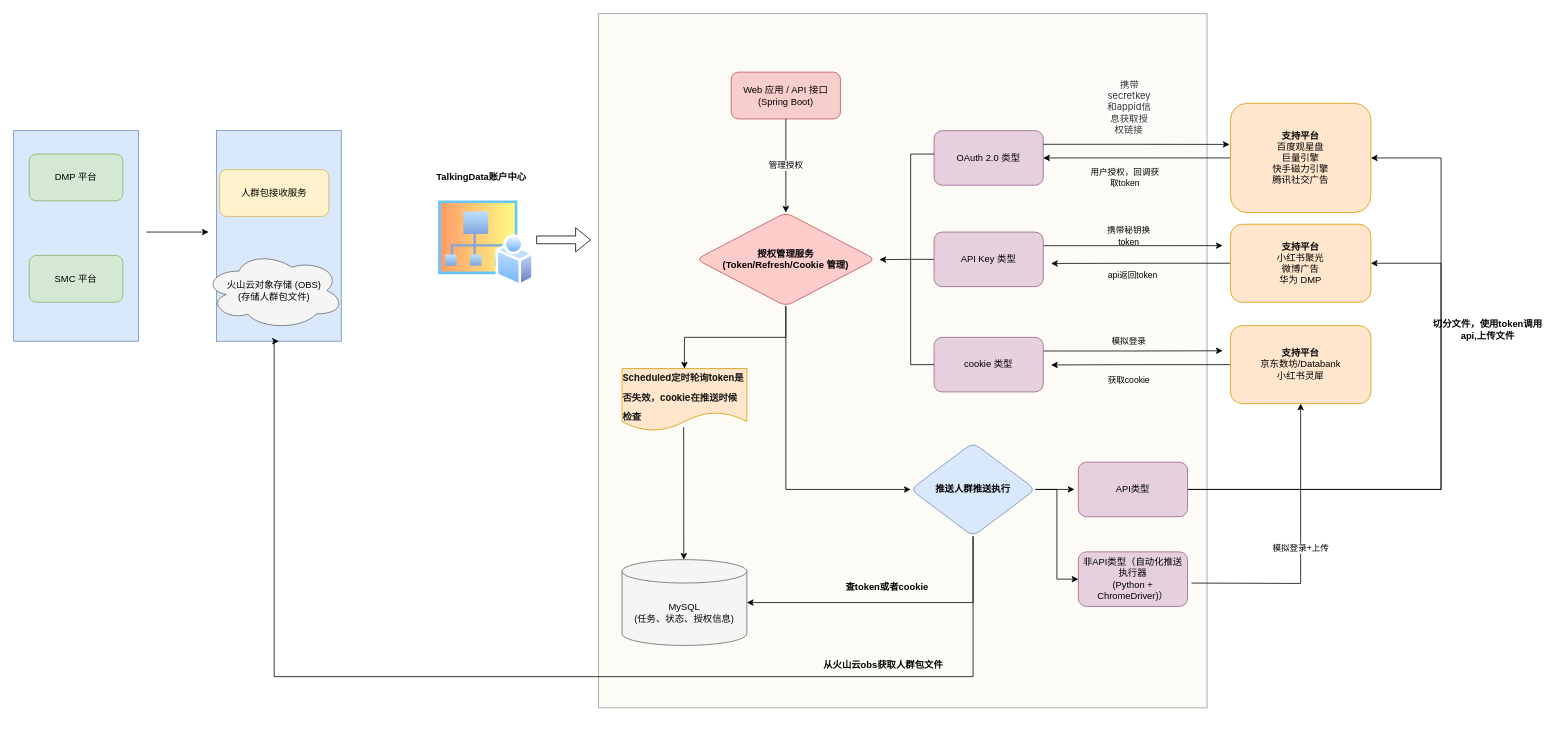
This is 推包工具.drawio from DThadch/draw, a draw.io file, before an edit. Source tidied: cells renumbered, new cells numbered last; positions are measured from the earlier drawing's top-left corner, leaving out a move shared by most shapes. Both pictures are drawn from the tidied source at 78%, with x=0, y=0 at pixel (13, 13).
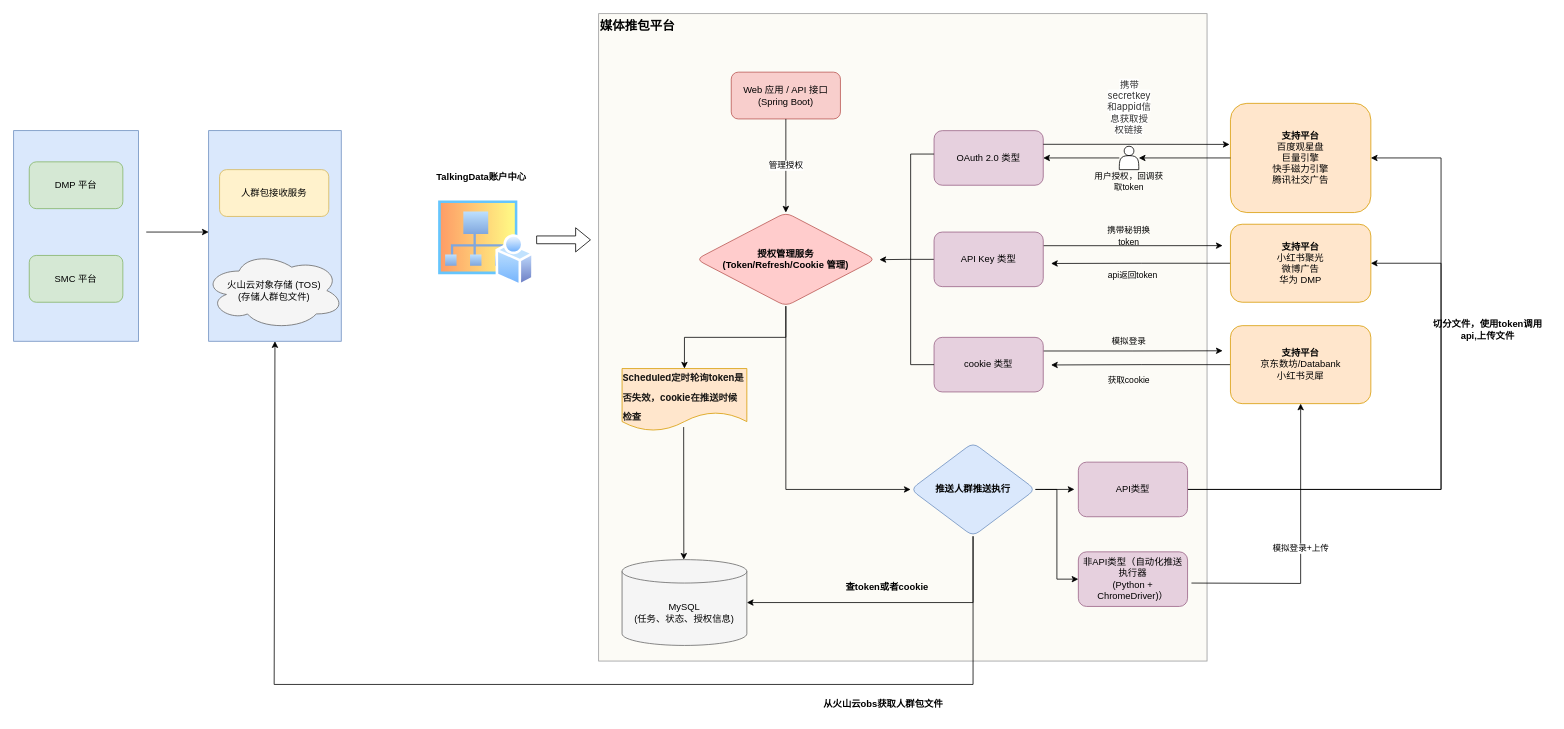
The same page after the edit.

Commit message:
更新推包工具.drawio

Unchanged cells that the change refers to:
```xml
<mxCell id="17" value="推送人群推送执行" style="rhombus;whiteSpace=wrap;html=1;rounded=1;fillColor=#dae8fc;strokeColor=#6c8ebf;fontStyle=1;" parent="1" vertex="1">
  <mxGeometry x="1150" y="550" width="160" height="120" as="geometry" />
</mxCell>
<mxCell id="18" value="OAuth 2.0 类型" style="rounded=1;whiteSpace=wrap;html=1;fillColor=#e6d0de;strokeColor=#996185;" parent="1" vertex="1">
  <mxGeometry x="1180" y="150" width="140" height="70" as="geometry" />
</mxCell>
<mxCell id="20" value="&lt;b&gt;支持平台&lt;/b&gt;&lt;br&gt;百度观星盘&lt;br&gt;巨量引擎&lt;br&gt;快手磁力引擎&lt;br&gt;腾讯社交广告" style="rounded=1;whiteSpace=wrap;html=1;align=center;verticalAlign=middle;fillColor=#ffe6cc;strokeColor=#d79b00;" parent="1" vertex="1">
  <mxGeometry x="1560" y="115" width="180" height="140" as="geometry" />
</mxCell>
```

What changed in the source:
```diff
@@
     <mxCell id="2" style="rounded=0;whiteSpace=wrap;html=1;fillColor=#f9f7ed;strokeColor=#36393d;opacity=50;" parent="1" vertex="1">
-      <mxGeometry x="750" width="780" height="890" as="geometry" />
+      <mxGeometry x="750" width="780" height="830" as="geometry" />
     </mxCell>
     <mxCell id="3" style="rounded=0;whiteSpace=wrap;html=1;fillColor=#dae8fc;strokeColor=#6c8ebf;" parent="1" vertex="1">
-      <mxGeometry x="260" y="150" width="160" height="270" as="geometry" />
+      <mxGeometry x="250" y="150" width="170" height="270" as="geometry" />
     </mxCell>
@@
     <mxCell id="5" value="DMP 平台" style="rounded=1;whiteSpace=wrap;html=1;fillColor=#d5e8d4;strokeColor=#82b366;" parent="1" vertex="1">
-      <mxGeometry x="20" y="180" width="120" height="60" as="geometry" />
+      <mxGeometry x="20" y="190" width="120" height="60" as="geometry" />
     </mxCell>
@@
-    <mxCell id="8" value="火山云对象存储 (OBS)&lt;br&gt;(存储人群包文件)" style="shape=cloud;whiteSpace=wrap;html=1;fillColor=#f5f5f5;strokeColor=#666666;" parent="1" vertex="1">
+    <mxCell id="8" value="火山云对象存储 (TOS)&lt;br&gt;(存储人群包文件)" style="shape=cloud;whiteSpace=wrap;html=1;fillColor=#f5f5f5;strokeColor=#666666;" parent="1" vertex="1">
       <mxGeometry x="244" y="305" width="180" height="100" as="geometry" />
     </mxCell>
@@
     <mxCell id="14" style="edgeStyle=orthogonalEdgeStyle;rounded=0;jettySize=auto;html=1;exitX=0.5;exitY=1;exitDx=0;exitDy=0;entryX=0.5;entryY=1;entryDx=0;entryDy=0;" parent="1" edge="1" source="17" target="3">
       <mxGeometry relative="1" as="geometry">
         <Array as="points">
-          <mxPoint x="1230" y="850" />
-          <mxPoint x="334" y="850" />
+          <mxPoint x="1230" y="860" />
+          <mxPoint x="334" y="860" />
+          <mxPoint x="334" y="420" />
         </Array>
       </mxGeometry>
     </mxCell>
@@
-    <mxCell id="19" style="edgeStyle=orthogonalEdgeStyle;rounded=0;jettySize=auto;html=1;exitX=0;exitY=0.5;exitDx=0;exitDy=0;entryX=1;entryY=0.5;entryDx=0;entryDy=0;" parent="1" edge="1" source="20" target="18">
+    <mxCell id="19" style="edgeStyle=orthogonalEdgeStyle;rounded=0;jettySize=auto;html=1;exitX=0;exitY=0.5;exitDx=0;exitDy=0;entryX=1;entryY=0.5;entryDx=0;entryDy=0;" parent="1" edge="1" source="56" target="18">
       <mxGeometry relative="1" as="geometry" />
     </mxCell>
@@
     <mxCell id="37" value="&lt;font style=&quot;font-size: 11px;&quot;&gt;用户授权，回调获取token&lt;/font&gt;" style="text;html=1;align=center;verticalAlign=middle;whiteSpace=wrap;rounded=0;" parent="1" vertex="1">
-      <mxGeometry x="1375" y="195" width="100" height="30" as="geometry" />
+      <mxGeometry x="1380" y="200" width="100" height="30" as="geometry" />
     </mxCell>
@@
     <mxCell id="47" value="&lt;b&gt;从火山云obs获取人群包文件&lt;/b&gt;" style="text;html=1;align=center;verticalAlign=middle;whiteSpace=wrap;rounded=0;" parent="1" vertex="1">
-      <mxGeometry x="1030" y="820" width="170" height="30" as="geometry" />
+      <mxGeometry x="1030" y="870" width="170" height="30" as="geometry" />
     </mxCell>
@@
+    <mxCell id="54" value="&lt;font style=&quot;font-size: 16px;&quot;&gt;&lt;b style=&quot;&quot;&gt;媒体推包平台&lt;/b&gt;&lt;/font&gt;" style="text;html=1;align=center;verticalAlign=middle;whiteSpace=wrap;rounded=0;" parent="1" vertex="1">
+      <mxGeometry x="750" width="100" height="30" as="geometry" />
+    </mxCell>
+    <mxCell id="55" style="edgeStyle=orthogonalEdgeStyle;rounded=0;jettySize=auto;html=1;exitX=0;exitY=0.5;exitDx=0;exitDy=0;entryX=1;entryY=0.5;entryDx=0;entryDy=0;" parent="1" edge="1" source="20" target="56">
+      <mxGeometry relative="1" as="geometry" />
+    </mxCell>
+    <mxCell id="56" style="shape=actor;whiteSpace=wrap;html=1;" parent="1" vertex="1">
+      <mxGeometry x="1417.5" y="170" width="25" height="30" as="geometry" />
+    </mxCell>
```
